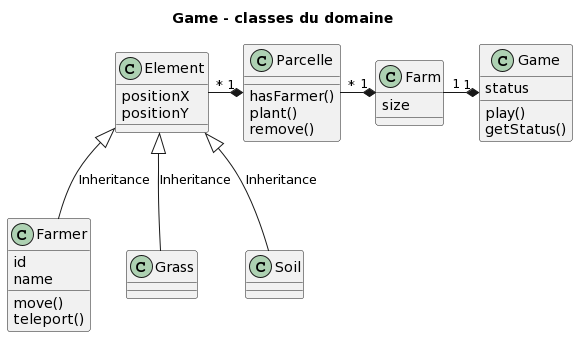
This is analyse/class du domaine.png from senolkacar/ANC3-FARMING-JAVA, a PlantUML export, as it was before one commit.
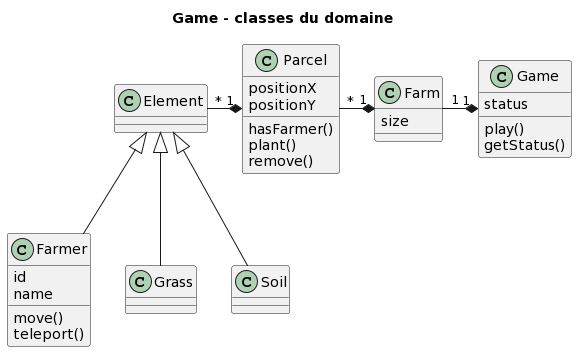
Later version of the same file.

Commit message:
feat: modifier class du domaine

Diff of the diagram source:
```diff
@@ -16,15 +16,16 @@
 class Farm{
   size
 }
-class Parcelle{
+class Parcel{
+  positionX
+  positionY
   hasFarmer()
   plant()
   remove()
 
 }
 class Element{
-  positionX
-  positionY
+
   }
 class Grass{
 
@@ -35,9 +36,9 @@
 }
 
 Farm "1"-*"1" Game
-Parcelle "*"-*"1" Farm
-Element "*"-*"1" Parcelle
-Element <|-down- Farmer: Inheritance
-Element <|-down- Grass: Inheritance
-Element <|-down- Soil: Inheritance
+Parcel "*"-*"1" Farm
+Element "*"-*"1" Parcel
+Element <|-down- Farmer
+Element <|-down- Grass
+Element <|-down- Soil
 @enduml
```
